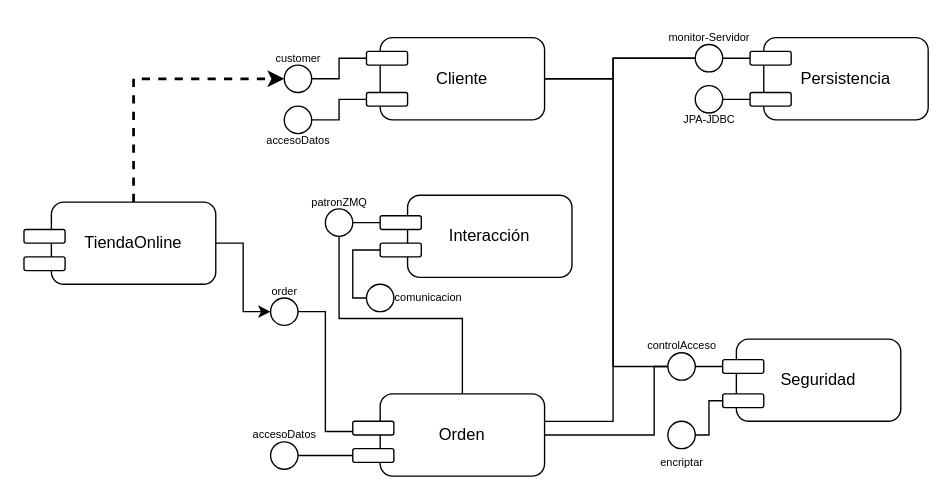
Above: components.drawio in txusdavid27/balanceador (draw.io), before the change. Source tidied: cells renumbered, new cells numbered last; positions are measured from the earlier drawing's top-left corner, leaving out a move shared by most shapes. Both pictures are drawn from the tidied source at 137%, with x=0, y=0 at pixel (23, 23).
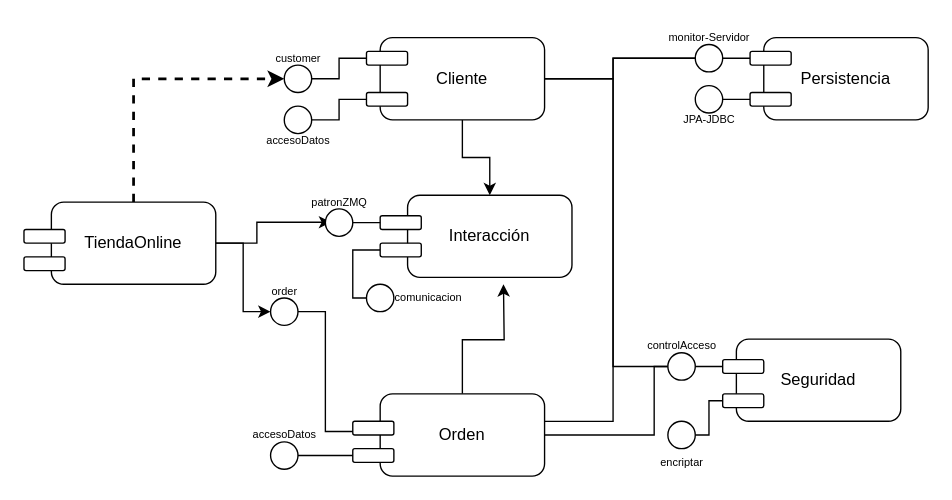
The same diagram, later.

The change refers to these unchanged cells:
```xml
<mxCell id="4" value="TiendaOnline" style="rounded=1;whiteSpace=wrap;html=1;" parent="1" vertex="1">
  <mxGeometry x="20" y="130" width="120" height="60" as="geometry" />
</mxCell>
<mxCell id="6" value="Cliente" style="rounded=1;whiteSpace=wrap;html=1;" parent="1" vertex="1">
  <mxGeometry x="260" y="10" width="120" height="60" as="geometry" />
</mxCell>
<mxCell id="8" value="Orden" style="rounded=1;whiteSpace=wrap;html=1;" parent="1" vertex="1">
  <mxGeometry x="260" y="270" width="120" height="60" as="geometry" />
</mxCell>
<mxCell id="12" value="Interacción" style="rounded=1;whiteSpace=wrap;html=1;" parent="1" vertex="1">
  <mxGeometry x="280" y="125" width="120" height="60" as="geometry" />
</mxCell>
<mxCell id="52" style="ellipse;whiteSpace=wrap;html=1;" parent="1" vertex="1">
  <mxGeometry x="220" y="135" width="20" height="20" as="geometry" />
</mxCell>
<mxCell id="53" value="patronZMQ" style="text;html=1;align=center;verticalAlign=middle;points=[];strokeColor=none;fillColor=none;fontSize=8;" parent="1" vertex="1">
  <mxGeometry x="200" y="120" width="60" height="20" as="geometry" />
</mxCell>
```

The edit, as a diff of the source:
```diff
@@
+    <mxCell id="57" style="edgeStyle=orthogonalEdgeStyle;rounded=0;jettySize=auto;html=1;entryX=0.404;entryY=1.236;entryDx=0;entryDy=0;entryPerimeter=0;strokeWidth=1;fontSize=8;endArrow=classic;endFill=1;" parent="1" edge="1" source="4" target="53">
+      <mxGeometry relative="1" as="geometry" />
+    </mxCell>
@@
+    <mxCell id="58" style="edgeStyle=orthogonalEdgeStyle;rounded=0;jettySize=auto;html=1;strokeWidth=1;fontSize=8;endArrow=classic;endFill=1;" parent="1" edge="1" source="6" target="12">
+      <mxGeometry relative="1" as="geometry" />
+    </mxCell>
@@
+    <mxCell id="59" style="edgeStyle=orthogonalEdgeStyle;rounded=0;jettySize=auto;html=1;strokeWidth=1;fontSize=8;endArrow=classic;endFill=1;" parent="1" edge="1" source="8">
+      <mxGeometry relative="1" as="geometry">
+        <mxPoint x="350" y="190" as="targetPoint" />
+      </mxGeometry>
+    </mxCell>
@@
-    <mxCell id="11" style="edgeStyle=orthogonalEdgeStyle;rounded=0;jettySize=auto;html=1;entryX=0.5;entryY=0;entryDx=0;entryDy=0;strokeWidth=1;fontSize=8;endArrow=none;endFill=0;exitX=0.5;exitY=1;exitDx=0;exitDy=0;" parent="1" edge="1" source="52" target="8">
-      <mxGeometry relative="1" as="geometry">
-        <Array as="points">
-          <mxPoint x="230" y="140" />
-          <mxPoint x="230" y="215" />
-          <mxPoint x="320" y="215" />
-        </Array>
-      </mxGeometry>
-    </mxCell>
```
